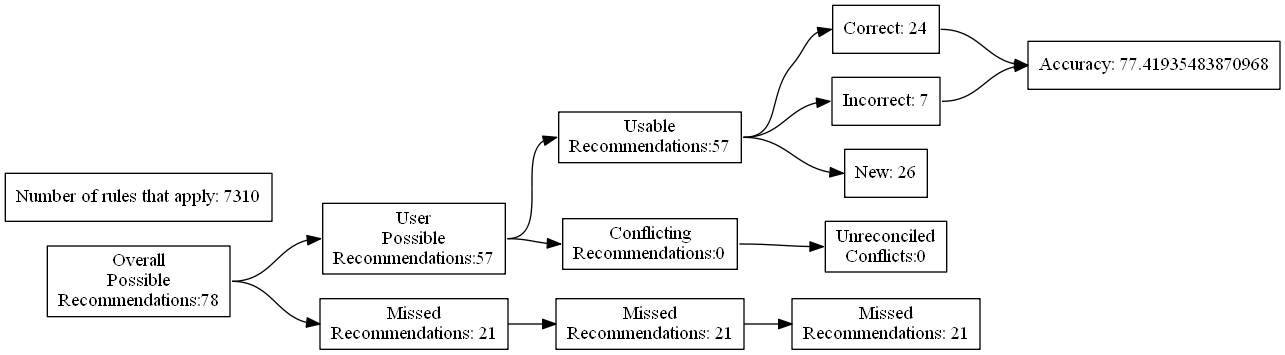
Earlier version of the Graphviz export test_renders/96.gv.png (ZaxR/ibd_diet_analysis). Its source is kept beside it as test_renders/96.gv.
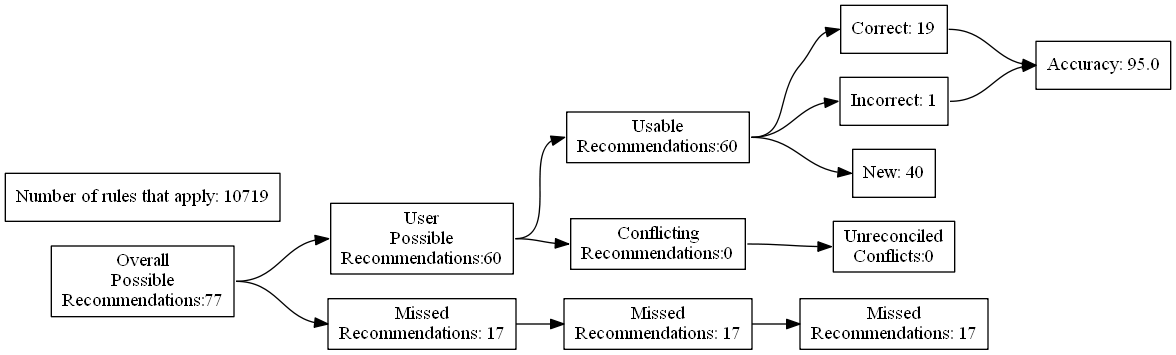
The same diagram one commit later.

The edit, as a diff of the source:
```diff
@@ -4,27 +4,27 @@
 	edge [headport=w tailport=e]
 		A [label="Overall
 Possible
-Recommendations:78"]
+Recommendations:77"]
 		B [label="User
 Possible
-Recommendations:57"]
+Recommendations:60"]
 		C [label="Missed
-Recommendations: 21"]
+Recommendations: 17"]
 		D [label="Usable
-Recommendations:57"]
+Recommendations:60"]
 		E [label="Conflicting
 Recommendations:0"]
 		J [label="Missed
-Recommendations: 21"]
+Recommendations: 17"]
 		M [label="Unreconciled
 Conflicts:0"]
-		F [label="Correct: 24"]
-		G [label="Incorrect: 7"]
-		H [label="New: 26"]
+		F [label="Correct: 19"]
+		G [label="Incorrect: 1"]
+		H [label="New: 40"]
 		K [label="Missed
-Recommendations: 21"]
-		I [label="Accuracy: 77.41935483870968"]
-		l [label="Number of rules that apply: 7310"]
+Recommendations: 17"]
+		I [label="Accuracy: 95.0"]
+		l [label="Number of rules that apply: 10719"]
 			A -> B
 			A -> C
 			B -> D
```
